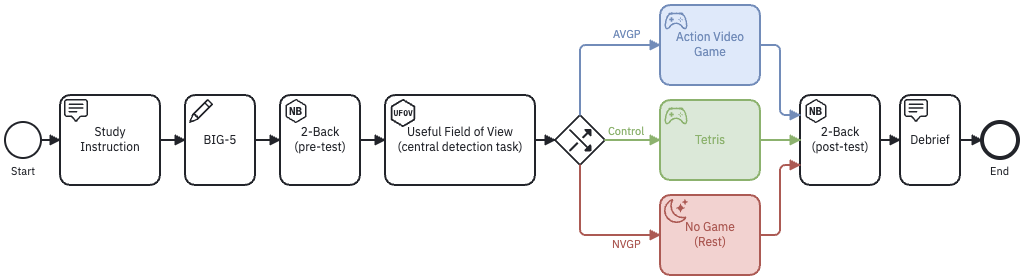
Before: assets/bpmn/studyflow_example_01.png, a diagram exported from BPMN (behaverse/data-model). Its source is kept beside it as assets/bpmn/studyflow_example_01.bpmn. Ids are renumbered.
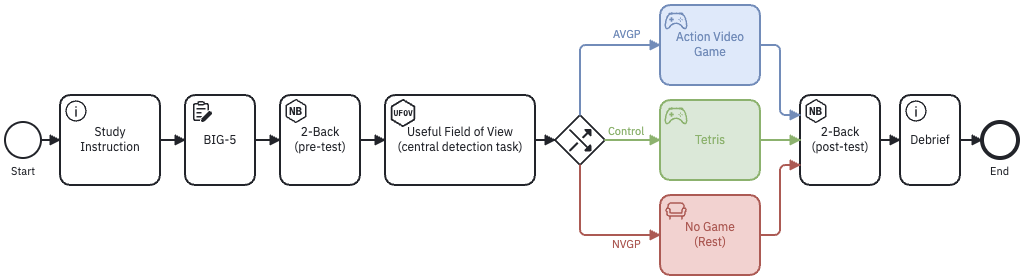
After the commit.

Commit message:
fix icons in the sflow figures

What changed in the source:
```diff
@@ -72,6 +72,28 @@
           <dc:Bounds x="231" y="490" width="25" height="14" />
         </bpmndi:BPMNLabel>
       </bpmndi:BPMNShape>
+      <bpmndi:BPMNShape id="CognitiveTest_n2_di" bpmnElement="CognitiveTest_n2">
+        <dc:Bounds x="500" y="420" width="80" height="90" />
+        <bpmndi:BPMNLabel />
+      </bpmndi:BPMNShape>
+      <bpmndi:BPMNShape id="Questionnaire_n5_di" bpmnElement="Questionnaire_n5">
+        <dc:Bounds x="405" y="420" width="70" height="90" />
+        <bpmndi:BPMNLabel />
+      </bpmndi:BPMNShape>
+      <bpmndi:BPMNShape id="Instruction_n7_di" bpmnElement="Instruction_n7">
+        <dc:Bounds x="280" y="420" width="100" height="90" />
+        <bpmndi:BPMNLabel />
+      </bpmndi:BPMNShape>
+      <bpmndi:BPMNShape id="CognitiveTest_n8_di" bpmnElement="CognitiveTest_n8">
+        <dc:Bounds x="605" y="420" width="150" height="90" />
+        <bpmndi:BPMNLabel />
+      </bpmndi:BPMNShape>
+      <bpmndi:BPMNShape id="RandomGateway_n10_di" bpmnElement="RandomGateway_n10" isMarkerVisible="true">
+        <dc:Bounds x="775" y="440" width="50" height="50" />
+        <bpmndi:BPMNLabel>
+          <dc:Bounds x="741" y="360" width="58" height="40" />
+        </bpmndi:BPMNLabel>
+      </bpmndi:BPMNShape>
       <bpmndi:BPMNShape id="CognitiveTest_n14_di" bpmnElement="CognitiveTest_n14" bioc:stroke="#728cb9" bioc:fill="#dde8fa" color:background-color="#dde8fa" color:border-color="#728cb9">
         <dc:Bounds x="880" y="330" width="100" height="80" />
         <bpmndi:BPMNLabel />
@@ -79,6 +101,12 @@
       <bpmndi:BPMNShape id="CognitiveTest_n16_di" bpmnElement="CognitiveTest_n16" bioc:stroke="#8cb26e" bioc:fill="#d9e7d6" color:background-color="#d9e7d6" color:border-color="#8cb26e">
         <dc:Bounds x="880" y="425" width="100" height="80" />
         <bpmndi:BPMNLabel />
+      </bpmndi:BPMNShape>
+      <bpmndi:BPMNShape id="Event_n18_di" bpmnElement="Event_n18">
+        <dc:Bounds x="1202" y="447" width="36" height="36" />
+        <bpmndi:BPMNLabel>
+          <dc:Bounds x="1210" y="490" width="20" height="14" />
+        </bpmndi:BPMNLabel>
       </bpmndi:BPMNShape>
       <bpmndi:BPMNShape id="CognitiveTest_n21_di" bpmnElement="CognitiveTest_n21" bioc:stroke="#ac5a54" bioc:fill="#f1d0cd" color:background-color="#f1d0cd" color:border-color="#ac5a54">
         <dc:Bounds x="880" y="520" width="100" height="80" />
@@ -91,34 +119,6 @@
       <bpmndi:BPMNShape id="BPMNShape_n26" bpmnElement="Activity_n24">
         <dc:Bounds x="1120" y="420" width="60" height="90" />
         <bpmndi:BPMNLabel />
-      </bpmndi:BPMNShape>
-      <bpmndi:BPMNShape id="Event_n18_di" bpmnElement="Event_n18">
-        <dc:Bounds x="1202" y="447" width="36" height="36" />
-        <bpmndi:BPMNLabel>
-          <dc:Bounds x="1210" y="490" width="20" height="14" />
-        </bpmndi:BPMNLabel>
-      </bpmndi:BPMNShape>
-      <bpmndi:BPMNShape id="Instruction_n7_di" bpmnElement="Instruction_n7">
-        <dc:Bounds x="280" y="420" width="100" height="90" />
-        <bpmndi:BPMNLabel />
-      </bpmndi:BPMNShape>
-      <bpmndi:BPMNShape id="Questionnaire_n5_di" bpmnElement="Questionnaire_n5">
-        <dc:Bounds x="405" y="420" width="70" height="90" />
-        <bpmndi:BPMNLabel />
-      </bpmndi:BPMNShape>
-      <bpmndi:BPMNShape id="CognitiveTest_n2_di" bpmnElement="CognitiveTest_n2">
-        <dc:Bounds x="500" y="420" width="80" height="90" />
-        <bpmndi:BPMNLabel />
-      </bpmndi:BPMNShape>
-      <bpmndi:BPMNShape id="CognitiveTest_n8_di" bpmnElement="CognitiveTest_n8">
-        <dc:Bounds x="605" y="420" width="150" height="90" />
-        <bpmndi:BPMNLabel />
-      </bpmndi:BPMNShape>
-      <bpmndi:BPMNShape id="RandomGateway_n10_di" bpmnElement="RandomGateway_n10" isMarkerVisible="true">
-        <dc:Bounds x="775" y="440" width="50" height="50" />
-        <bpmndi:BPMNLabel>
-          <dc:Bounds x="741" y="360" width="58" height="40" />
-        </bpmndi:BPMNLabel>
       </bpmndi:BPMNShape>
       <bpmndi:BPMNEdge id="Flow_n4_di" bpmnElement="Flow_n4">
         <di:waypoint x="580" y="465" />
```
